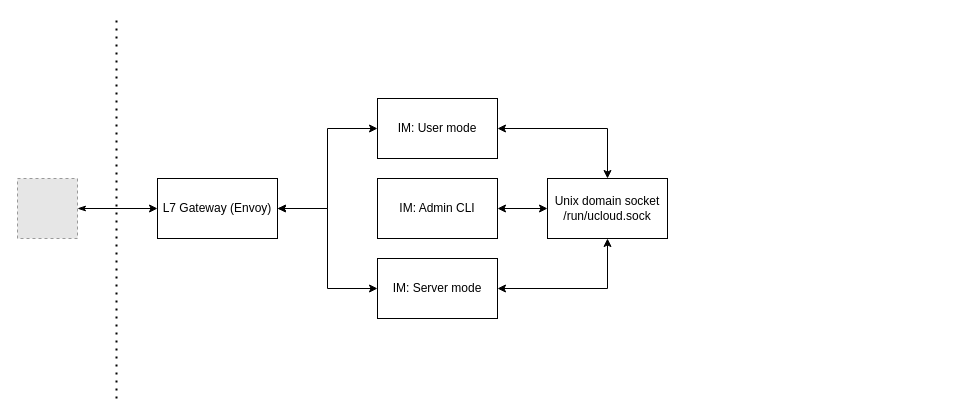
Before: page "Overview" (1 of 3) of provider-integration/wiki/im_arch.drawio in SDU-eScience/UCloud, a draw.io diagram. Source tidied: cells renumbered, new cells numbered last; positions are measured from the earlier drawing's top-left corner, leaving out a move shared by most shapes. Both pictures are drawn from the tidied source at 100%, with x=0, y=0 at pixel (17, 18). Pictures stored in the file or linked from it are replaced by grey dashed boxes.
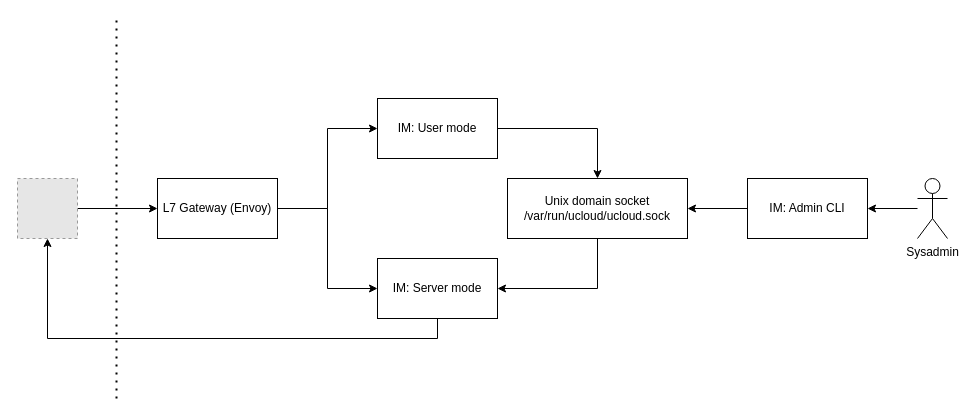
After the change.

Diff of the diagram source:
```diff
@@
 <mxGraphModel>
   <root>
     <mxCell id="0" />
     <mxCell id="1" parent="0" />
-    <mxCell id="2" style="edgeStyle=orthogonalEdgeStyle;rounded=0;jettySize=auto;html=1;exitX=1;exitY=0.5;exitDx=0;exitDy=0;entryX=0;entryY=0.5;entryDx=0;entryDy=0;startArrow=classicThin;startFill=1;" parent="1" edge="1" source="4" target="8">
+    <mxCell id="2" style="edgeStyle=orthogonalEdgeStyle;rounded=0;jettySize=auto;html=1;exitX=1;exitY=0.5;exitDx=0;exitDy=0;entryX=0;entryY=0.5;entryDx=0;entryDy=0;startArrow=none;startFill=0;" parent="1" edge="1" source="4" target="8">
       <mxGeometry relative="1" as="geometry" />
     </mxCell>
-    <mxCell id="3" style="edgeStyle=orthogonalEdgeStyle;rounded=0;jettySize=auto;html=1;exitX=1;exitY=0.5;exitDx=0;exitDy=0;entryX=0;entryY=0.5;entryDx=0;entryDy=0;startArrow=classic;startFill=1;" parent="1" edge="1" source="4" target="6">
+    <mxCell id="3" style="edgeStyle=orthogonalEdgeStyle;rounded=0;jettySize=auto;html=1;exitX=1;exitY=0.5;exitDx=0;exitDy=0;entryX=0;entryY=0.5;entryDx=0;entryDy=0;startArrow=none;startFill=0;" parent="1" edge="1" source="4" target="6">
       <mxGeometry relative="1" as="geometry" />
     </mxCell>
     <mxCell id="4" value="L7 Gateway (Envoy)" style="rounded=0;whiteSpace=wrap;html=1;" parent="1" vertex="1">
       <mxGeometry x="140" y="160" width="120" height="60" as="geometry" />
     </mxCell>
-    <mxCell id="5" style="edgeStyle=orthogonalEdgeStyle;rounded=0;jettySize=auto;html=1;exitX=1;exitY=0.5;exitDx=0;exitDy=0;entryX=0.5;entryY=1;entryDx=0;entryDy=0;startArrow=classic;startFill=1;" parent="1" edge="1" source="6" target="9">
+    <mxCell id="5" style="edgeStyle=orthogonalEdgeStyle;rounded=0;jettySize=auto;html=1;exitX=1;exitY=0.5;exitDx=0;exitDy=0;entryX=0.5;entryY=1;entryDx=0;entryDy=0;startArrow=classic;startFill=1;endArrow=none;endFill=0;" parent="1" edge="1" source="6" target="9">
       <mxGeometry relative="1" as="geometry" />
     </mxCell>
+    <mxCell id="15" style="edgeStyle=orthogonalEdgeStyle;rounded=0;jettySize=auto;html=1;exitX=0.5;exitY=1;exitDx=0;exitDy=0;entryX=0.5;entryY=1;entryDx=0;entryDy=0;startArrow=none;startFill=0;" parent="1" edge="1" source="6" target="14">
+      <mxGeometry relative="1" as="geometry" />
+    </mxCell>
     <mxCell id="6" value="IM: Server mode" style="rounded=0;whiteSpace=wrap;html=1;" parent="1" vertex="1">
       <mxGeometry x="360" y="240" width="120" height="60" as="geometry" />
     </mxCell>
-    <mxCell id="7" style="edgeStyle=orthogonalEdgeStyle;rounded=0;jettySize=auto;html=1;exitX=1;exitY=0.5;exitDx=0;exitDy=0;entryX=0.5;entryY=0;entryDx=0;entryDy=0;startArrow=classic;startFill=1;" parent="1" edge="1" source="8" target="9">
+    <mxCell id="7" style="edgeStyle=orthogonalEdgeStyle;rounded=0;jettySize=auto;html=1;exitX=1;exitY=0.5;exitDx=0;exitDy=0;entryX=0.5;entryY=0;entryDx=0;entryDy=0;startArrow=none;startFill=0;" parent="1" edge="1" source="8" target="9">
       <mxGeometry relative="1" as="geometry" />
     </mxCell>
     <mxCell id="8" value="IM: User mode" style="rounded=0;whiteSpace=wrap;html=1;" parent="1" vertex="1">
       <mxGeometry x="360" y="80" width="120" height="60" as="geometry" />
     </mxCell>
-    <mxCell id="9" value="Unix domain socket&lt;br&gt;/run/ucloud.sock" style="rounded=0;whiteSpace=wrap;html=1;align=center;" parent="1" vertex="1">
-      <mxGeometry x="530" y="160" width="120" height="60" as="geometry" />
+    <mxCell id="9" value="Unix domain socket&lt;br&gt;/var/run/ucloud/ucloud.sock" style="rounded=0;whiteSpace=wrap;html=1;align=center;" parent="1" vertex="1">
+      <mxGeometry x="490" y="160" width="180" height="60" as="geometry" />
     </mxCell>
-    <mxCell id="10" style="edgeStyle=orthogonalEdgeStyle;rounded=0;jettySize=auto;html=1;startArrow=classic;startFill=1;" parent="1" edge="1" source="11" target="9">
+    <mxCell id="10" style="edgeStyle=orthogonalEdgeStyle;rounded=0;jettySize=auto;html=1;startArrow=none;startFill=0;" parent="1" edge="1" source="11" target="9">
       <mxGeometry relative="1" as="geometry" />
     </mxCell>
     <mxCell id="11" value="IM: Admin CLI" style="rounded=0;whiteSpace=wrap;html=1;align=center;" parent="1" vertex="1">
-      <mxGeometry x="360" y="160" width="120" height="60" as="geometry" />
+      <mxGeometry x="730" y="160" width="120" height="60" as="geometry" />
     </mxCell>
     <mxCell id="12" style="endArrow=none;dashed=1;html=1;dashPattern=1 3;strokeWidth=2;" parent="1" edge="1">
       <mxGeometry relative="1" as="geometry">
         <mxPoint x="99" y="380" as="sourcePoint" />
         <mxPoint x="99" as="targetPoint" />
       </mxGeometry>
     </mxCell>
-    <mxCell id="13" style="edgeStyle=orthogonalEdgeStyle;rounded=0;jettySize=auto;html=1;startArrow=classicThin;startFill=1;" parent="1" edge="1" source="14" target="4">
+    <mxCell id="13" style="edgeStyle=orthogonalEdgeStyle;rounded=0;jettySize=auto;html=1;startArrow=none;startFill=0;" parent="1" edge="1" source="14" target="4">
       <mxGeometry relative="1" as="geometry" />
     </mxCell>
     <mxCell id="14" style="fillColor=#E6E6E6;strokeColor=#999999;dashed=1;verticalLabelPosition=bottom;labelBackgroundColor=#ffffff;verticalAlign=top;" parent="1" vertex="1">
       <mxGeometry y="160" width="60" height="60" as="geometry" />
     </mxCell>
+    <mxCell id="16" style="edgeStyle=orthogonalEdgeStyle;rounded=0;jettySize=auto;html=1;startArrow=none;startFill=0;endArrow=classic;endFill=1;" parent="1" edge="1" source="17" target="11">
+      <mxGeometry relative="1" as="geometry" />
+    </mxCell>
+    <mxCell id="17" value="Sysadmin" style="shape=umlActor;verticalLabelPosition=bottom;verticalAlign=top;html=1;outlineConnect=0;" parent="1" vertex="1">
+      <mxGeometry x="900" y="160" width="30" height="60" as="geometry" />
+    </mxCell>
   </root>
 </mxGraphModel>
```
